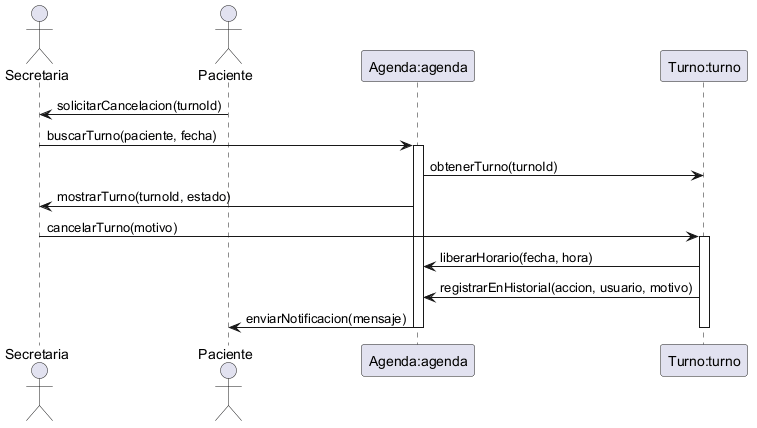
The PlantUML diagram diagramas/05-diagramas-secuencia/05-secuencia-cancelar-turno-02.png in eternalnight04/SistemaTurnosMedicos, before a commit.
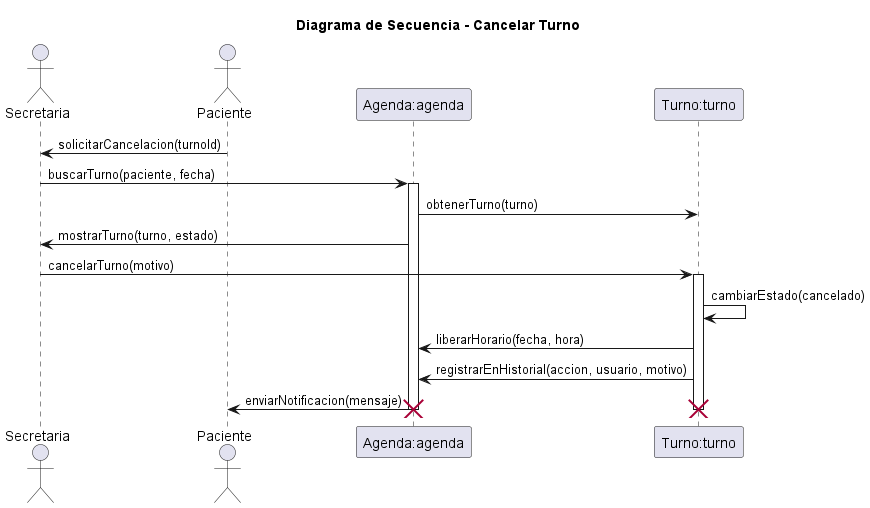
Later version of the same file.

Change to the diagram source:
```diff
@@ -1,26 +1,33 @@
-@startuml Diagrama de Secuencia - Cancelar Turno
+@startuml 05-secuencia-cancelar-turno-02
 
-actor Secretaria as victoria
-actor Paciente as roberto
+title Diagrama de Secuencia - Cancelar Turno
+
+actor Secretaria as secretaria
+actor Paciente as paciente
 participant "Agenda:agenda" as agenda
 participant "Turno:turno" as turno
 
-roberto -> victoria: solicitarCancelacion(turnoId)
+paciente -> secretaria: solicitarCancelacion(turnoId)
 
-victoria -> agenda: buscarTurno(paciente, fecha)
+secretaria -> agenda: buscarTurno(paciente, fecha)
 activate agenda
 
-agenda -> turno: obtenerTurno(turnoId)
-agenda -> victoria: mostrarTurno(turnoId, estado)
+agenda -> turno: obtenerTurno(turno)
+agenda -> secretaria: mostrarTurno(turno, estado)
 
-victoria -> turno: cancelarTurno(motivo)
+secretaria -> turno: cancelarTurno(motivo)
 activate turno
 
+turno -> turno: cambiarEstado(cancelado)
 turno -> agenda: liberarHorario(fecha, hora)
 turno -> agenda: registrarEnHistorial(accion, usuario, motivo)
 
-agenda -> roberto: enviarNotificacion(mensaje)
+agenda -> paciente: enviarNotificacion(mensaje)
 
 deactivate turno
 deactivate agenda
+
+destroy turno
+destroy agenda
+
 @enduml
```
